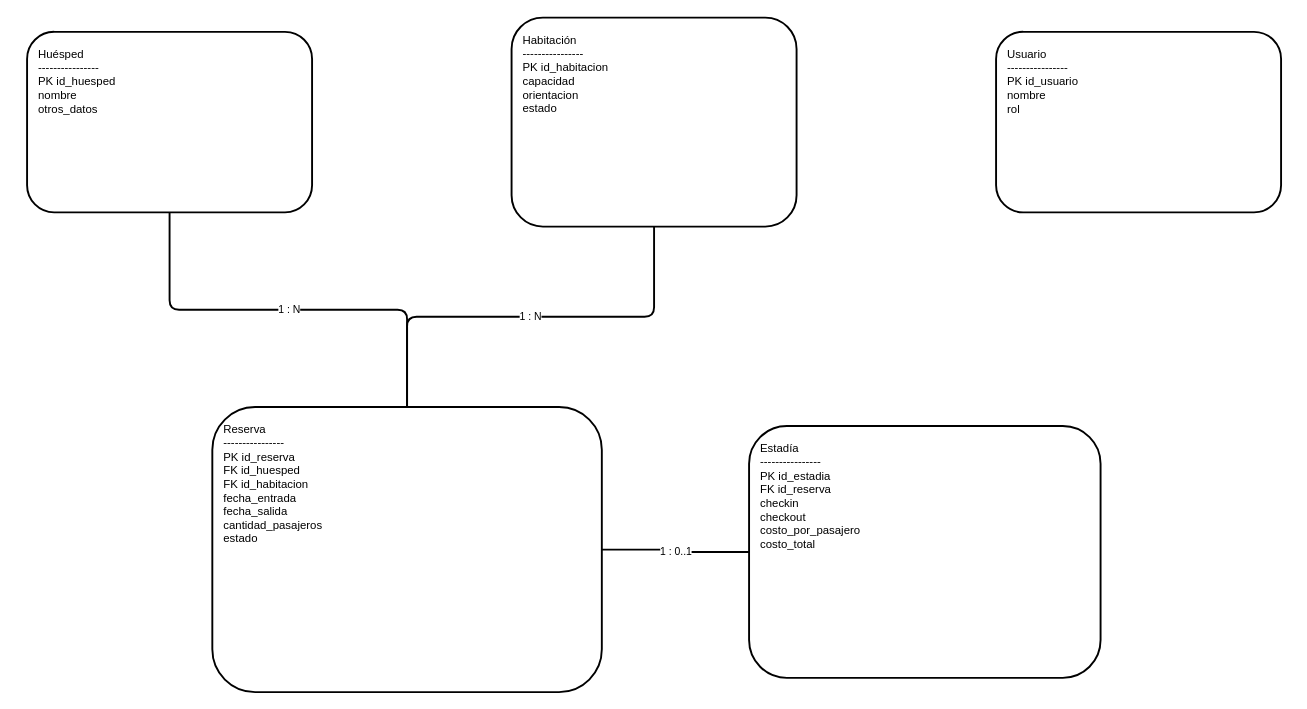
Above: diagramas-editables/03-modelo-base-datos.drawio in Yutre3/diego (draw.io), before the change. Source tidied: cells renumbered, new cells numbered last; positions are measured from the earlier drawing's top-left corner, leaving out a move shared by most shapes. Both pictures are drawn from the tidied source at 95%, with x=0, y=0 at pixel (27, 17).
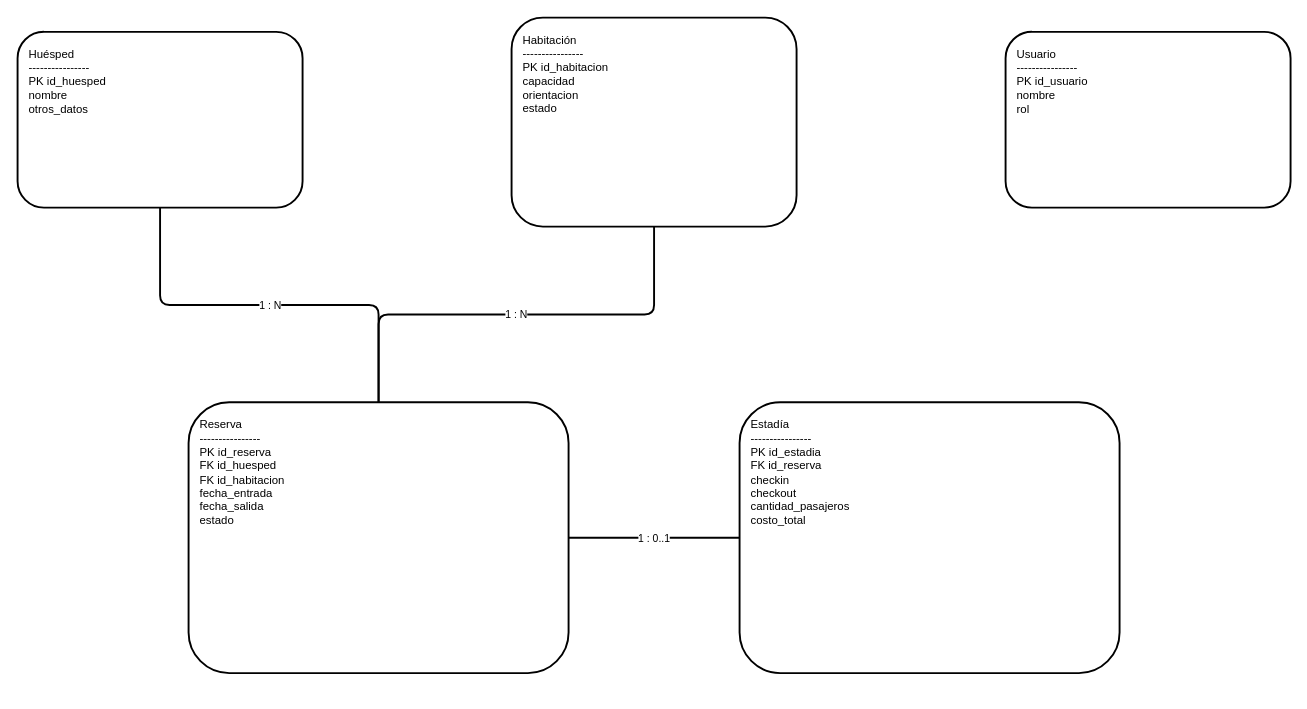
The same page after the edit.

Commit message:
Actualizar fuente editable del modelo de datos

What changed in the source:
```diff
@@
 <mxGraphModel>
   <root>
     <mxCell id="0" />
     <mxCell id="1" parent="0" />
     <mxCell id="2" value="Huésped&#10;----------------&#10;PK id_huesped&#10;nombre&#10;otros_datos" style="rounded=1;whiteSpace=wrap;html=1;strokeWidth=2;align=left;verticalAlign=top;spacing=12;" parent="1" vertex="1">
-      <mxGeometry y="15" width="300" height="190" as="geometry" />
+      <mxGeometry x="-10" y="15" width="300" height="185" as="geometry" />
     </mxCell>
     <mxCell id="3" value="Habitación&#10;----------------&#10;PK id_habitacion&#10;capacidad&#10;orientacion&#10;estado" style="rounded=1;whiteSpace=wrap;html=1;strokeWidth=2;align=left;verticalAlign=top;spacing=12;" parent="1" vertex="1">
       <mxGeometry x="510" width="300" height="220" as="geometry" />
     </mxCell>
     <mxCell id="4" value="Usuario&#10;----------------&#10;PK id_usuario&#10;nombre&#10;rol" style="rounded=1;whiteSpace=wrap;html=1;strokeWidth=2;align=left;verticalAlign=top;spacing=12;" parent="1" vertex="1">
-      <mxGeometry x="1020" y="15" width="300" height="190" as="geometry" />
+      <mxGeometry x="1030" y="15" width="300" height="185" as="geometry" />
     </mxCell>
-    <mxCell id="5" value="Reserva&#10;----------------&#10;PK id_reserva&#10;FK id_huesped&#10;FK id_habitacion&#10;fecha_entrada&#10;fecha_salida&#10;cantidad_pasajeros&#10;estado" style="rounded=1;whiteSpace=wrap;html=1;strokeWidth=2;align=left;verticalAlign=top;spacing=12;" parent="1" vertex="1">
-      <mxGeometry x="195" y="410" width="410" height="300" as="geometry" />
+    <mxCell id="5" value="Reserva&#10;----------------&#10;PK id_reserva&#10;FK id_huesped&#10;FK id_habitacion&#10;fecha_entrada&#10;fecha_salida&#10;estado" style="rounded=1;whiteSpace=wrap;html=1;strokeWidth=2;align=left;verticalAlign=top;spacing=12;" parent="1" vertex="1">
+      <mxGeometry x="170" y="405" width="400" height="285" as="geometry" />
     </mxCell>
-    <mxCell id="6" value="Estadía&#10;----------------&#10;PK id_estadia&#10;FK id_reserva&#10;checkin&#10;checkout&#10;costo_por_pasajero&#10;costo_total" style="rounded=1;whiteSpace=wrap;html=1;strokeWidth=2;align=left;verticalAlign=top;spacing=12;" parent="1" vertex="1">
-      <mxGeometry x="760" y="430" width="370" height="265" as="geometry" />
+    <mxCell id="6" value="Estadía&#10;----------------&#10;PK id_estadia&#10;FK id_reserva&#10;checkin&#10;checkout&#10;cantidad_pasajeros&#10;costo_total" style="rounded=1;whiteSpace=wrap;html=1;strokeWidth=2;align=left;verticalAlign=top;spacing=12;" parent="1" vertex="1">
+      <mxGeometry x="750" y="405" width="400" height="285" as="geometry" />
     </mxCell>
     <mxCell id="7" value="1 : N" style="edgeStyle=orthogonalEdgeStyle;endArrow=none;html=1;strokeWidth=2;" parent="1" edge="1" source="2" target="5">
       <mxGeometry relative="1" as="geometry" />
     </mxCell>
     <mxCell id="8" value="1 : N" style="edgeStyle=orthogonalEdgeStyle;endArrow=none;html=1;strokeWidth=2;" parent="1" edge="1" source="3" target="5">
       <mxGeometry relative="1" as="geometry" />
     </mxCell>
     <mxCell id="9" value="1 : 0..1" style="edgeStyle=orthogonalEdgeStyle;endArrow=none;html=1;strokeWidth=2;" parent="1" edge="1" source="5" target="6">
       <mxGeometry relative="1" as="geometry" />
     </mxCell>
   </root>
 </mxGraphModel>
```
